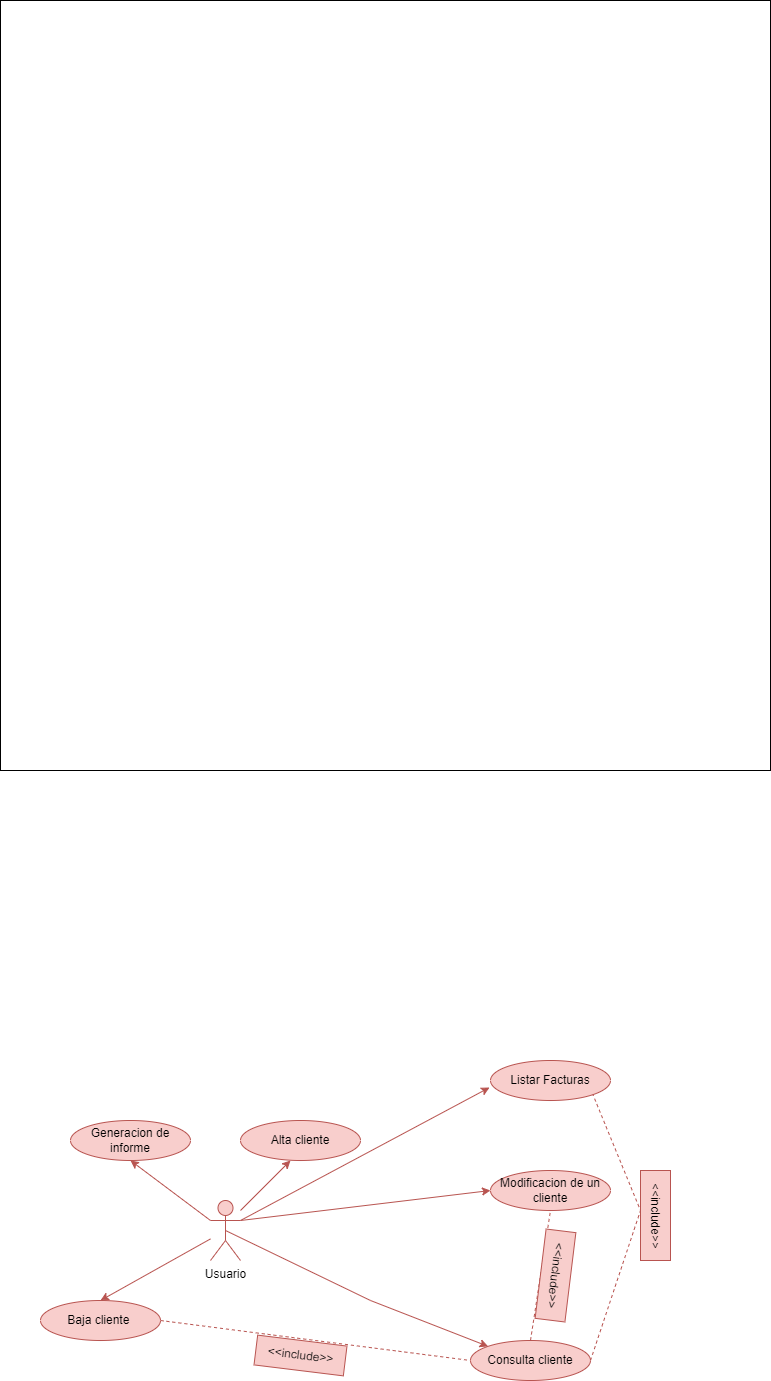
Above: src/Diagramas de casos de uso/Requerimiento1/Grupo/Pablo/casos de uso pablo.drawio.png in palolo25/AD-3.-Tarea-en-equipo.-UML (draw.io), before the change. Source tidied: cells renumbered, new cells last; positions are measured from the earlier drawing's top-left corner, leaving out a move shared by most shapes.
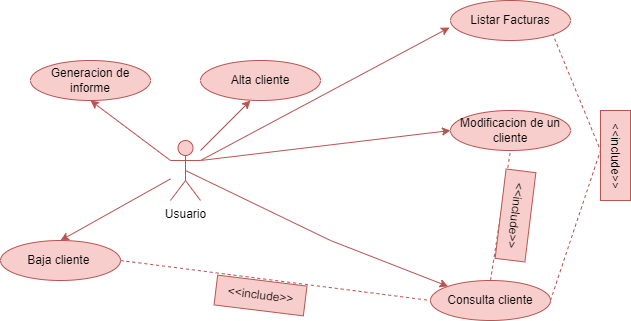
Above is the later version.

The edit, as a diff of the source:
```diff
@@ -72,8 +72,5 @@
     <mxCell id="20" value="&amp;lt;&amp;lt;include&amp;gt;&amp;gt;" style="text;html=1;align=center;verticalAlign=middle;rotation=90;fillColor=#f8cecc;strokeColor=#b85450;" parent="1" vertex="1">
       <mxGeometry x="610" y="1200" width="90" height="30" as="geometry" />
     </mxCell>
-    <mxCell id="21" style="whiteSpace=wrap;html=1;" parent="1" vertex="1">
-      <mxGeometry width="770" height="770" as="geometry" />
-    </mxCell>
   </root>
 </mxGraphModel>
```
